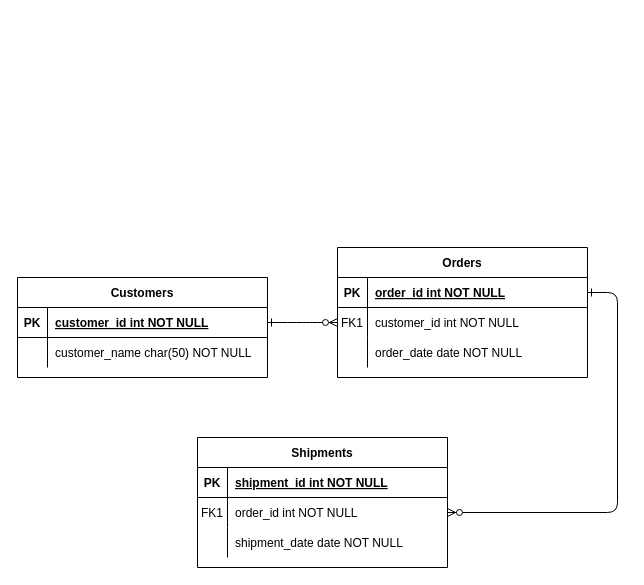
The draw.io diagram DB_diagram.drawio in DevGeeksMyanmar/shop-com-db-diagram, before the edit. Source tidied: cells renumbered, new cells numbered last; positions are measured from the earlier drawing's top-left corner, leaving out a move shared by most shapes. Both pictures are drawn from the tidied source at 100%, with x=0, y=0 at pixel (17, 247).
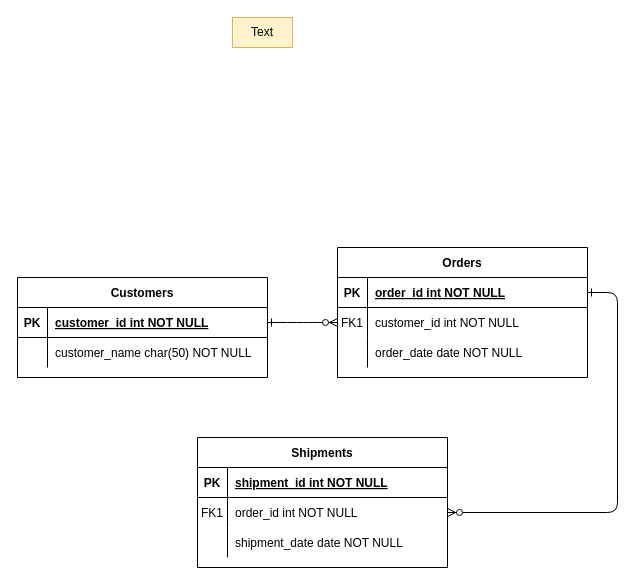
Above is the later version.

Change to the diagram source:
```diff
@@
+    <mxCell id="31" value="Text" style="text;strokeColor=#d6b656;align=center;fillColor=#fff2cc;html=1;verticalAlign=middle;whiteSpace=wrap;rounded=0;" parent="1" vertex="1">
+      <mxGeometry x="215" y="-230" width="60" height="30" as="geometry" />
+    </mxCell>
```
